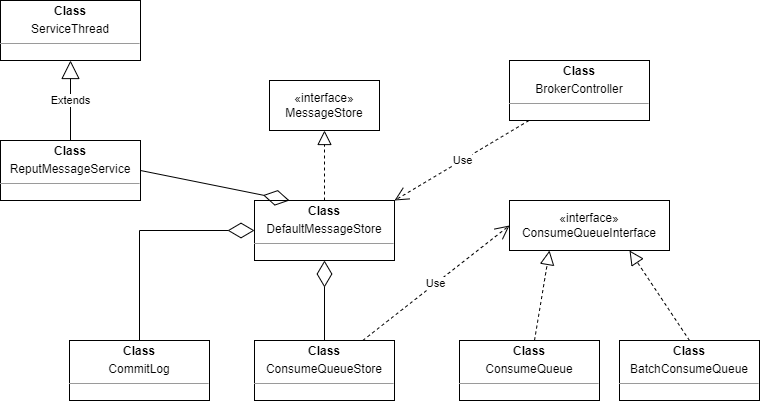
Before: RocketMQ-文件操作相关类.drawio.png, a diagram exported from draw.io (chenjinkai/drawstorage). Source tidied: cells renumbered, new cells last; positions are measured from the earlier drawing's top-left corner, leaving out a move shared by most shapes.
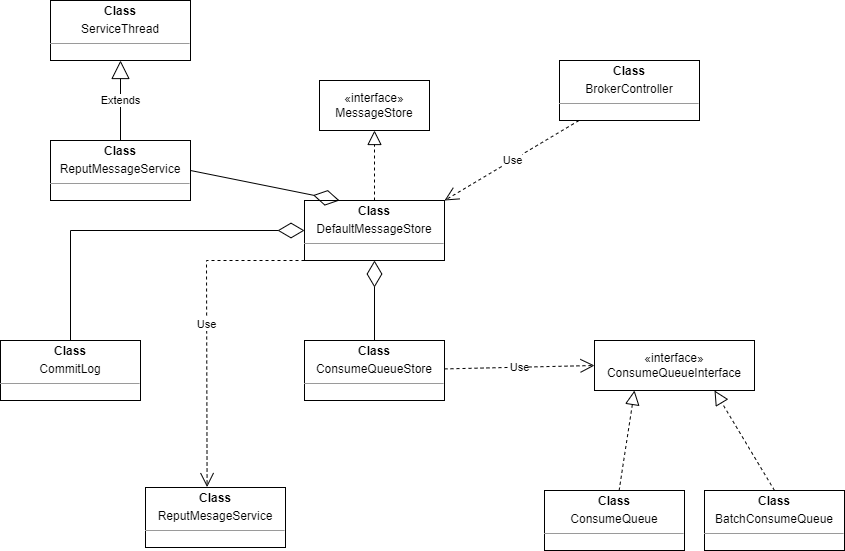
After the commit.

Commit message:
更新RocketMQ-文件操作相关类.drawio.png

Change to the diagram source:
```diff
@@ -14,13 +14,13 @@
       <mxGeometry x="254" y="200" width="140" height="60" as="geometry" />
     </mxCell>
     <mxCell id="5" value="&lt;p style=&quot;margin:0px;margin-top:4px;text-align:center;&quot;&gt;&lt;b&gt;Class&lt;/b&gt;&lt;/p&gt;&lt;p style=&quot;margin:0px;margin-top:4px;text-align:center;&quot;&gt;CommitLog&lt;/p&gt;&lt;hr size=&quot;1&quot;&gt;&lt;div style=&quot;height:2px;&quot;&gt;&lt;/div&gt;" style="verticalAlign=top;align=left;overflow=fill;html=1;whiteSpace=wrap;" parent="1" vertex="1">
-      <mxGeometry x="69" y="340" width="140" height="60" as="geometry" />
+      <mxGeometry x="-50" y="340" width="140" height="60" as="geometry" />
     </mxCell>
     <mxCell id="6" value="&lt;p style=&quot;margin:0px;margin-top:4px;text-align:center;&quot;&gt;&lt;b&gt;Class&lt;/b&gt;&lt;/p&gt;&lt;p style=&quot;margin:0px;margin-top:4px;text-align:center;&quot;&gt;ConsumeQueueStore&lt;/p&gt;&lt;hr size=&quot;1&quot;&gt;&lt;div style=&quot;height:2px;&quot;&gt;&lt;/div&gt;" style="verticalAlign=top;align=left;overflow=fill;html=1;whiteSpace=wrap;" parent="1" vertex="1">
       <mxGeometry x="254" y="340" width="140" height="60" as="geometry" />
     </mxCell>
     <mxCell id="7" value="«interface»&lt;br&gt;ConsumeQueueInterface" style="html=1;whiteSpace=wrap;" parent="1" vertex="1">
-      <mxGeometry x="509" y="200" width="160" height="50" as="geometry" />
+      <mxGeometry x="544" y="340" width="160" height="50" as="geometry" />
     </mxCell>
     <mxCell id="8" style="endArrow=diamondThin;endFill=0;endSize=24;html=1;rounded=0;entryX=0.5;entryY=1;entryDx=0;entryDy=0;" parent="1" edge="1" source="6" target="4">
       <mxGeometry relative="1" as="geometry" />
@@ -28,7 +28,7 @@
     <mxCell id="9" style="endArrow=diamondThin;endFill=0;endSize=24;html=1;rounded=0;entryX=0;entryY=0.5;entryDx=0;entryDy=0;exitX=0.5;exitY=0;exitDx=0;exitDy=0;" parent="1" edge="1" source="5" target="4">
       <mxGeometry relative="1" as="geometry">
         <Array as="points">
-          <mxPoint x="139" y="230" />
+          <mxPoint x="20" y="230" />
         </Array>
       </mxGeometry>
     </mxCell>
@@ -36,10 +36,10 @@
       <mxGeometry relative="1" as="geometry" />
     </mxCell>
     <mxCell id="11" value="&lt;p style=&quot;margin:0px;margin-top:4px;text-align:center;&quot;&gt;&lt;b&gt;Class&lt;/b&gt;&lt;/p&gt;&lt;p style=&quot;margin:0px;margin-top:4px;text-align:center;&quot;&gt;ConsumeQueue&lt;/p&gt;&lt;hr size=&quot;1&quot;&gt;&lt;div style=&quot;height:2px;&quot;&gt;&lt;/div&gt;&lt;div style=&quot;height:2px;&quot;&gt;&lt;br&gt;&lt;/div&gt;" style="verticalAlign=top;align=left;overflow=fill;html=1;whiteSpace=wrap;" parent="1" vertex="1">
-      <mxGeometry x="459" y="340" width="140" height="60" as="geometry" />
+      <mxGeometry x="494" y="490" width="140" height="60" as="geometry" />
     </mxCell>
     <mxCell id="12" value="&lt;p style=&quot;margin:0px;margin-top:4px;text-align:center;&quot;&gt;&lt;b&gt;Class&lt;/b&gt;&lt;/p&gt;&lt;p style=&quot;margin:0px;margin-top:4px;text-align:center;&quot;&gt;BatchConsumeQueue&lt;/p&gt;&lt;hr size=&quot;1&quot;&gt;&lt;div style=&quot;height:2px;&quot;&gt;&lt;/div&gt;" style="verticalAlign=top;align=left;overflow=fill;html=1;whiteSpace=wrap;" parent="1" vertex="1">
-      <mxGeometry x="619" y="340" width="140" height="60" as="geometry" />
+      <mxGeometry x="654" y="490" width="140" height="60" as="geometry" />
     </mxCell>
     <mxCell id="13" style="endArrow=block;dashed=1;endFill=0;endSize=12;html=1;rounded=0;entryX=0.25;entryY=1;entryDx=0;entryDy=0;" parent="1" edge="1" source="11" target="7">
       <mxGeometry relative="1" as="geometry" />
@@ -65,5 +65,15 @@
     <mxCell id="20" style="endArrow=diamondThin;endFill=0;endSize=24;html=1;rounded=0;entryX=0.25;entryY=0;entryDx=0;entryDy=0;exitX=1;exitY=0.5;exitDx=0;exitDy=0;" parent="1" edge="1" source="18" target="4">
       <mxGeometry relative="1" as="geometry" />
     </mxCell>
+    <mxCell id="21" value="&lt;p style=&quot;margin:0px;margin-top:4px;text-align:center;&quot;&gt;&lt;b&gt;Class&lt;/b&gt;&lt;/p&gt;&lt;p style=&quot;margin:0px;margin-top:4px;text-align:center;&quot;&gt;ReputMesageService&lt;/p&gt;&lt;hr size=&quot;1&quot;&gt;&lt;div style=&quot;height:2px;&quot;&gt;&lt;/div&gt;" style="verticalAlign=top;align=left;overflow=fill;html=1;whiteSpace=wrap;" parent="1" vertex="1">
+      <mxGeometry x="95" y="487" width="140" height="60" as="geometry" />
+    </mxCell>
+    <mxCell id="22" value="Use" style="endArrow=open;endSize=12;dashed=1;html=1;rounded=0;entryX=0.44;entryY=-0.007;entryDx=0;entryDy=0;entryPerimeter=0;exitX=0;exitY=1;exitDx=0;exitDy=0;" parent="1" edge="1" source="4" target="21">
+      <mxGeometry relative="1" as="geometry">
+        <Array as="points">
+          <mxPoint x="156" y="260" />
+        </Array>
+      </mxGeometry>
+    </mxCell>
   </root>
 </mxGraphModel>
```
